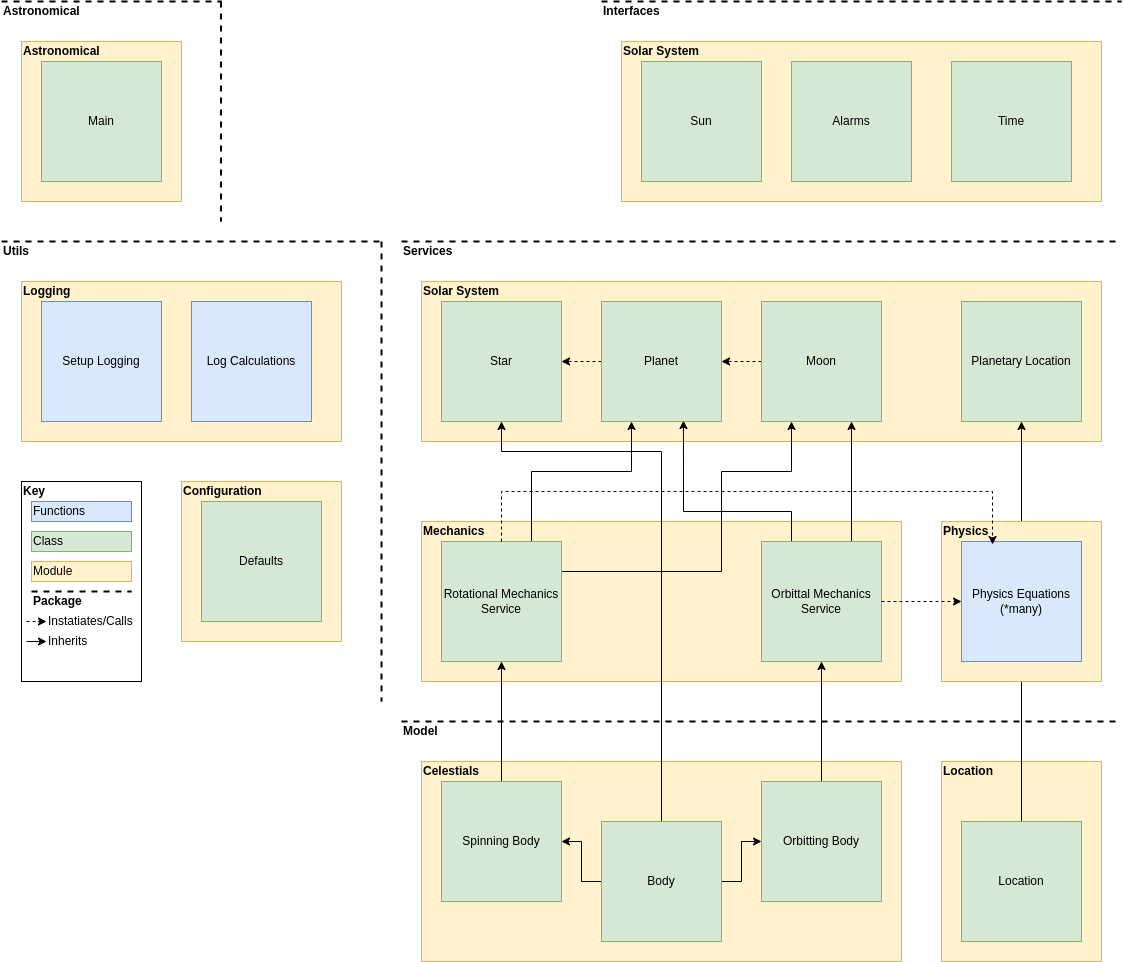
Above: img/full_design.png in TheOrganist24/Astronomical (draw.io), before the change. Source tidied: cells renumbered, new cells last; positions are measured from the earlier drawing's top-left corner, leaving out a move shared by most shapes.
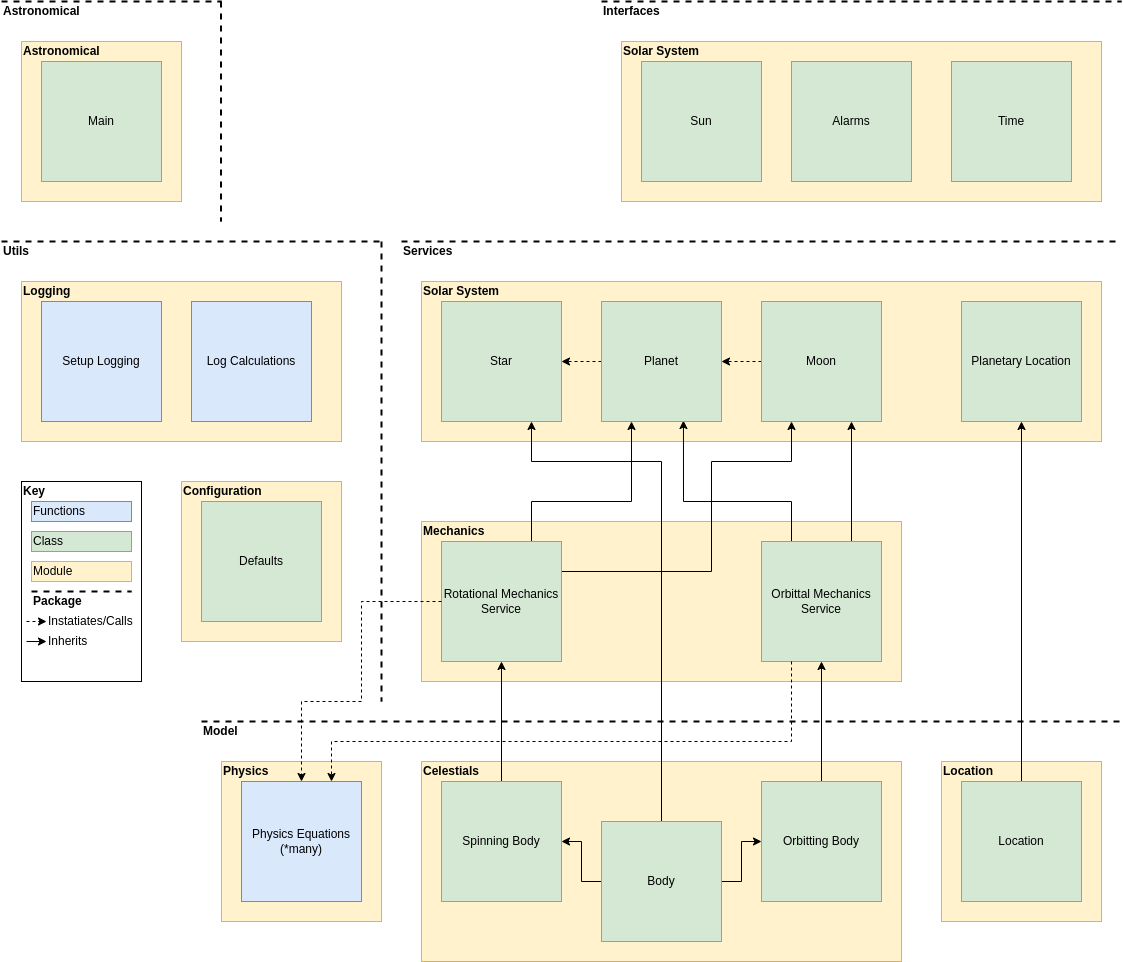
Above is the later version.

The edit, as a diff of the source:
```diff
@@ -3,7 +3,7 @@
     <mxCell id="0" />
     <mxCell id="1" parent="0" />
     <mxCell id="2" style="rounded=0;whiteSpace=wrap;html=1;fillColor=#fff2cc;strokeColor=#d6b656;" parent="1" vertex="1">
-      <mxGeometry x="940" y="760" width="160" height="200" as="geometry" />
+      <mxGeometry x="940" y="760" width="160" height="160" as="geometry" />
     </mxCell>
     <mxCell id="3" style="rounded=0;whiteSpace=wrap;html=1;fillColor=#fff2cc;strokeColor=#d6b656;" parent="1" vertex="1">
       <mxGeometry x="420" y="760" width="480" height="200" as="geometry" />
@@ -20,11 +20,11 @@
     <mxCell id="7" style="edgeStyle=orthogonalEdgeStyle;rounded=0;jettySize=auto;html=1;exitX=1;exitY=0.5;exitDx=0;exitDy=0;entryX=0;entryY=0.5;entryDx=0;entryDy=0;" parent="1" edge="1" source="9" target="11">
       <mxGeometry relative="1" as="geometry" />
     </mxCell>
-    <mxCell id="8" style="edgeStyle=orthogonalEdgeStyle;rounded=0;jettySize=auto;html=1;exitX=0.5;exitY=0;exitDx=0;exitDy=0;entryX=0.5;entryY=1;entryDx=0;entryDy=0;" parent="1" edge="1" source="9" target="24">
+    <mxCell id="8" style="edgeStyle=orthogonalEdgeStyle;rounded=0;jettySize=auto;html=1;exitX=0.5;exitY=0;exitDx=0;exitDy=0;entryX=0.75;entryY=1;entryDx=0;entryDy=0;" parent="1" edge="1" source="9" target="24">
       <mxGeometry relative="1" as="geometry">
         <Array as="points">
-          <mxPoint x="660" y="450" />
-          <mxPoint x="500" y="450" />
+          <mxPoint x="660" y="460" />
+          <mxPoint x="530" y="460" />
         </Array>
       </mxGeometry>
     </mxCell>
@@ -46,17 +46,17 @@
     <mxCell id="14" style="edgeStyle=orthogonalEdgeStyle;rounded=0;jettySize=auto;html=1;exitX=0.75;exitY=0;exitDx=0;exitDy=0;entryX=0.25;entryY=1;entryDx=0;entryDy=0;" parent="1" edge="1" source="16" target="28">
       <mxGeometry relative="1" as="geometry">
         <Array as="points">
-          <mxPoint x="530" y="470" />
-          <mxPoint x="630" y="470" />
+          <mxPoint x="530" y="500" />
+          <mxPoint x="630" y="500" />
         </Array>
       </mxGeometry>
     </mxCell>
     <mxCell id="15" style="edgeStyle=orthogonalEdgeStyle;rounded=0;jettySize=auto;html=1;exitX=1;exitY=0.25;exitDx=0;exitDy=0;entryX=0.25;entryY=1;entryDx=0;entryDy=0;" parent="1" edge="1" source="16" target="26">
       <mxGeometry relative="1" as="geometry">
         <Array as="points">
-          <mxPoint x="720" y="570" />
-          <mxPoint x="720" y="470" />
-          <mxPoint x="790" y="470" />
+          <mxPoint x="710" y="570" />
+          <mxPoint x="710" y="460" />
+          <mxPoint x="790" y="460" />
         </Array>
       </mxGeometry>
     </mxCell>
@@ -66,8 +66,8 @@
     <mxCell id="17" style="edgeStyle=orthogonalEdgeStyle;rounded=0;jettySize=auto;html=1;exitX=0.25;exitY=0;exitDx=0;exitDy=0;entryX=0.683;entryY=0.992;entryDx=0;entryDy=0;entryPerimeter=0;" parent="1" edge="1" source="19" target="28">
       <mxGeometry relative="1" as="geometry">
         <Array as="points">
-          <mxPoint x="790" y="510" />
-          <mxPoint x="682" y="510" />
+          <mxPoint x="790" y="500" />
+          <mxPoint x="682" y="500" />
         </Array>
       </mxGeometry>
     </mxCell>
@@ -81,14 +81,14 @@
       <mxGeometry relative="1" as="geometry" />
     </mxCell>
     <mxCell id="21" value="Location" style="rounded=0;whiteSpace=wrap;html=1;fillColor=#d5e8d4;strokeColor=#82b366;" parent="1" vertex="1">
-      <mxGeometry x="960" y="820" width="120" height="120" as="geometry" />
+      <mxGeometry x="960" y="780" width="120" height="120" as="geometry" />
     </mxCell>
     <mxCell id="22" value="Planetary Location" style="rounded=0;whiteSpace=wrap;html=1;fillColor=#d5e8d4;strokeColor=#82b366;" parent="1" vertex="1">
       <mxGeometry x="960" y="300" width="120" height="120" as="geometry" />
     </mxCell>
     <mxCell id="23" style="endArrow=none;dashed=1;html=1;rounded=0;strokeWidth=2;" parent="1" edge="1">
       <mxGeometry relative="1" as="geometry">
-        <mxPoint x="400" y="720" as="sourcePoint" />
+        <mxPoint x="200" y="720" as="sourcePoint" />
         <mxPoint x="1120" y="720" as="targetPoint" />
       </mxGeometry>
     </mxCell>
@@ -116,11 +116,8 @@
     <mxCell id="31" value="&lt;b&gt;Celestials&lt;/b&gt;" style="text;html=1;strokeColor=none;fillColor=none;align=left;verticalAlign=middle;whiteSpace=wrap;rounded=0;" parent="1" vertex="1">
       <mxGeometry x="420" y="760" width="80" height="20" as="geometry" />
     </mxCell>
-    <mxCell id="32" value="&lt;b&gt;Location&lt;/b&gt;" style="text;html=1;strokeColor=none;fillColor=none;align=left;verticalAlign=middle;whiteSpace=wrap;rounded=0;" parent="1" vertex="1">
-      <mxGeometry x="940" y="760" width="80" height="20" as="geometry" />
-    </mxCell>
     <mxCell id="33" value="&lt;b&gt;Model&lt;/b&gt;" style="text;html=1;strokeColor=none;fillColor=none;align=left;verticalAlign=middle;whiteSpace=wrap;rounded=0;" parent="1" vertex="1">
-      <mxGeometry x="400" y="720" width="80" height="20" as="geometry" />
+      <mxGeometry x="200" y="720" width="80" height="20" as="geometry" />
     </mxCell>
     <mxCell id="34" style="endArrow=none;dashed=1;html=1;rounded=0;strokeWidth=2;" parent="1" edge="1">
       <mxGeometry relative="1" as="geometry">
@@ -132,27 +129,19 @@
       <mxGeometry x="400" y="240" width="80" height="20" as="geometry" />
     </mxCell>
     <mxCell id="36" style="rounded=0;whiteSpace=wrap;html=1;fillColor=#fff2cc;strokeColor=#d6b656;" parent="1" vertex="1">
-      <mxGeometry x="940" y="520" width="160" height="160" as="geometry" />
+      <mxGeometry x="220" y="760" width="160" height="160" as="geometry" />
     </mxCell>
     <mxCell id="37" value="Physics Equations&lt;br&gt;(*many)" style="rounded=0;whiteSpace=wrap;html=1;fillColor=#dae8fc;strokeColor=#6c8ebf;" parent="1" vertex="1">
-      <mxGeometry x="960" y="540" width="120" height="120" as="geometry" />
+      <mxGeometry x="240" y="780" width="120" height="120" as="geometry" />
     </mxCell>
     <mxCell id="38" value="&lt;b&gt;Physics&lt;/b&gt;" style="text;html=1;strokeColor=none;fillColor=none;align=left;verticalAlign=middle;whiteSpace=wrap;rounded=0;" parent="1" vertex="1">
-      <mxGeometry x="940" y="520" width="80" height="20" as="geometry" />
+      <mxGeometry x="220" y="760" width="80" height="20" as="geometry" />
     </mxCell>
-    <mxCell id="39" style="edgeStyle=orthogonalEdgeStyle;rounded=0;jettySize=auto;html=1;entryX=0.638;entryY=1.15;entryDx=0;entryDy=0;dashed=1;strokeWidth=1;entryPerimeter=0;" parent="1" edge="1" source="16" target="38">
-      <mxGeometry relative="1" as="geometry">
-        <Array as="points">
-          <mxPoint x="500" y="490" />
-          <mxPoint x="991" y="490" />
-        </Array>
-      </mxGeometry>
-    </mxCell>
-    <mxCell id="40" style="edgeStyle=orthogonalEdgeStyle;rounded=0;jettySize=auto;html=1;entryX=0;entryY=0.5;entryDx=0;entryDy=0;dashed=1;strokeWidth=1;" parent="1" edge="1" source="19" target="37">
+    <mxCell id="40" style="edgeStyle=orthogonalEdgeStyle;rounded=0;jettySize=auto;html=1;entryX=0.75;entryY=0;entryDx=0;entryDy=0;dashed=1;strokeWidth=1;exitX=0.25;exitY=1;exitDx=0;exitDy=0;" parent="1" edge="1" source="19" target="37">
       <mxGeometry relative="1" as="geometry">
         <Array as="points">
-          <mxPoint x="940" y="600" />
-          <mxPoint x="940" y="600" />
+          <mxPoint x="790" y="740" />
+          <mxPoint x="330" y="740" />
         </Array>
       </mxGeometry>
     </mxCell>
@@ -281,5 +270,17 @@
         <mxPoint x="219.5" y="220" as="targetPoint" />
       </mxGeometry>
     </mxCell>
+    <mxCell id="32" value="&lt;b&gt;Location&lt;/b&gt;" style="text;html=1;strokeColor=none;fillColor=none;align=left;verticalAlign=middle;whiteSpace=wrap;rounded=0;" parent="1" vertex="1">
+      <mxGeometry x="940" y="760" width="80" height="20" as="geometry" />
+    </mxCell>
+    <mxCell id="75" style="edgeStyle=orthogonalEdgeStyle;rounded=0;jettySize=auto;html=1;exitX=0;exitY=0.5;exitDx=0;exitDy=0;strokeWidth=1;dashed=1;" parent="1" edge="1" source="16" target="37">
+      <mxGeometry relative="1" as="geometry">
+        <Array as="points">
+          <mxPoint x="360" y="600" />
+          <mxPoint x="360" y="700" />
+          <mxPoint x="300" y="700" />
+        </Array>
+      </mxGeometry>
+    </mxCell>
   </root>
 </mxGraphModel>
```
